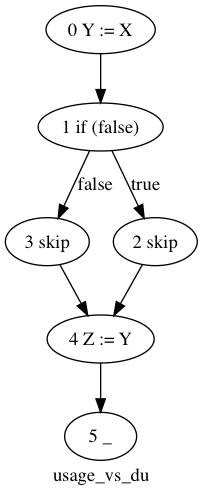
ghigi123/ivf keeps this Graphviz diagram as graphs/usage_vs_du.png. Above is the earlier version. Its source is kept beside it as graphs/usage_vs_du.dot. The source it was exported from:
```dot
digraph usage_vs_du {
	label = usage_vs_du
	"1 if (false)" -> "3 skip" [label = false]
	"0 Y := X" -> "1 if (false)"
	"2 skip" -> "4 Z := Y"
	"4 Z := Y" -> "5 _"
	"3 skip" -> "4 Z := Y"
	"1 if (false)" -> "2 skip" [label = true]
}
```
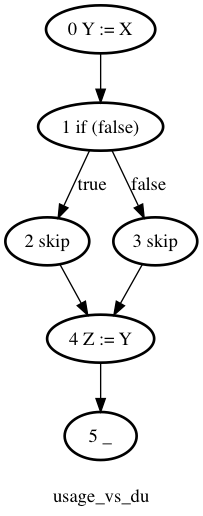
The same file after the commit.

Diff of the diagram source:
```diff
@@ -1,9 +1,16 @@
 digraph usage_vs_du {
-	label = usage_vs_du
+	label = "
+usage_vs_du"
+	"1 if (false)" [style = bold]
+	"2 skip" [style = bold]
 	"1 if (false)" -> "3 skip" [label = false]
+	"5 _" [style = bold]
+	"4 Z := Y" [style = bold]
+	"0 Y := X" [style = bold]
 	"0 Y := X" -> "1 if (false)"
 	"2 skip" -> "4 Z := Y"
 	"4 Z := Y" -> "5 _"
+	"3 skip" [style = bold]
 	"3 skip" -> "4 Z := Y"
 	"1 if (false)" -> "2 skip" [label = true]
 }
```
